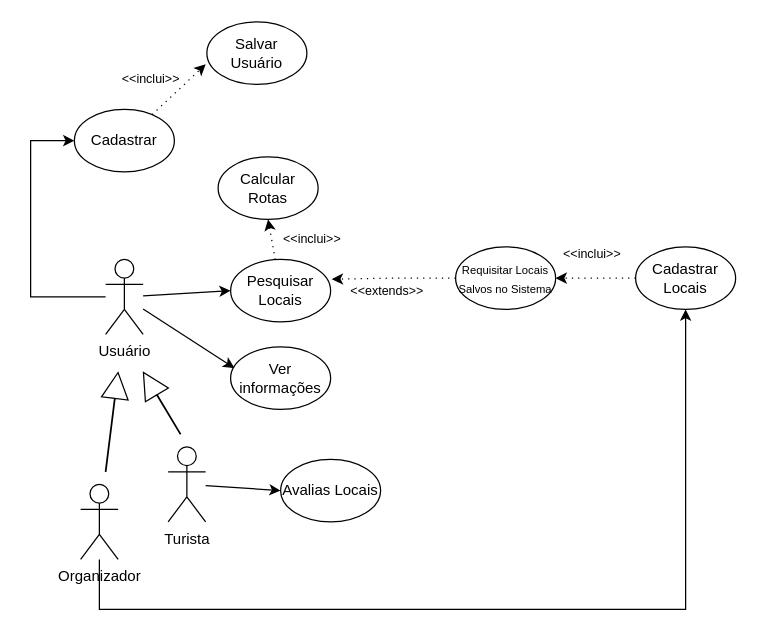
This is DiagramaClasse_Ver01.drawio from END-the/ewrerwewr, a draw.io file, before an edit. Source tidied: cells renumbered, new cells numbered last; positions are measured from the earlier drawing's top-left corner, leaving out a move shared by most shapes. Both pictures are drawn from the tidied source at 125%, with x=0, y=0 at pixel (30, 21).
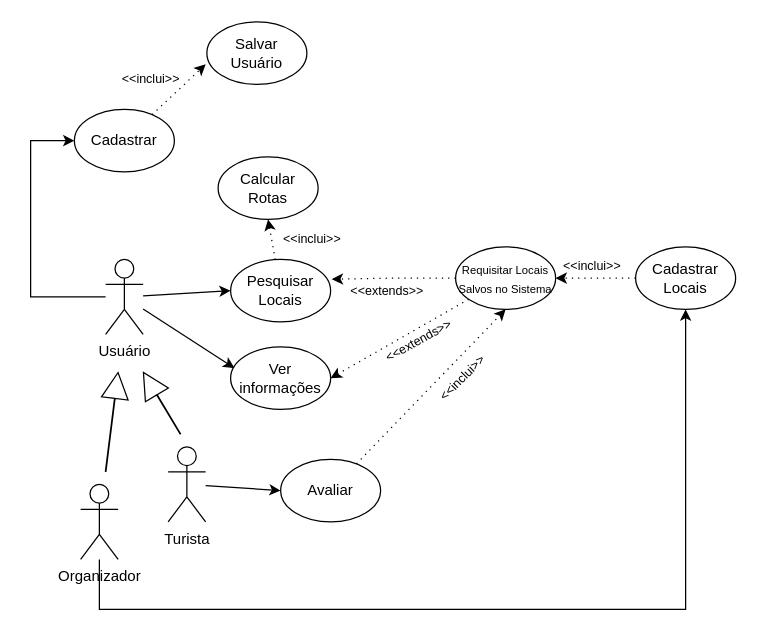
The same page after the edit.

The change refers to these unchanged cells:
```xml
<mxCell id="11" value="&lt;font style=&quot;font-size: 9px;&quot;&gt;Requisitar Locais Salvos no Sistema&lt;/font&gt;" style="ellipse;whiteSpace=wrap;html=1;" parent="1" vertex="1">
  <mxGeometry x="340" y="180" width="80" height="50" as="geometry" />
</mxCell>
<mxCell id="17" value="Ver informações" style="ellipse;whiteSpace=wrap;html=1;" parent="1" vertex="1">
  <mxGeometry x="160" y="260" width="80" height="50" as="geometry" />
</mxCell>
```

Change to the diagram source:
```diff
@@
+    <mxCell id="28" style="rounded=0;jettySize=auto;html=1;entryX=1;entryY=0.5;entryDx=0;entryDy=0;dashed=1;dashPattern=1 4;" parent="1" edge="1" source="11" target="17">
+      <mxGeometry relative="1" as="geometry" />
+    </mxCell>
@@
     <mxCell id="16" value="&lt;font style=&quot;font-size: 10px;&quot;&gt;&amp;lt;&amp;lt;inclui&amp;gt;&amp;gt;&lt;/font&gt;" style="text;html=1;align=center;verticalAlign=middle;strokeColor=none;fillColor=none;" parent="1" vertex="1">
-      <mxGeometry x="414" y="170" width="70" height="30" as="geometry" />
+      <mxGeometry x="414" y="180" width="70" height="30" as="geometry" />
     </mxCell>
@@
+    <mxCell id="29" style="rounded=0;jettySize=auto;html=1;entryX=0.5;entryY=1;entryDx=0;entryDy=0;dashed=1;dashPattern=1 4;" parent="1" edge="1" source="19" target="11">
+      <mxGeometry relative="1" as="geometry" />
+    </mxCell>
-    <mxCell id="19" value="Avalias Locais" style="ellipse;whiteSpace=wrap;html=1;" parent="1" vertex="1">
+    <mxCell id="19" value="Avaliar" style="ellipse;whiteSpace=wrap;html=1;" parent="1" vertex="1">
       <mxGeometry x="200" y="350" width="80" height="50" as="geometry" />
     </mxCell>
@@
+    <mxCell id="30" value="&lt;font style=&quot;font-size: 10px;&quot;&gt;&amp;lt;&amp;lt;&lt;/font&gt;&lt;span style=&quot;font-size: 10px; background-color: initial;&quot;&gt;extends&amp;gt;&amp;gt;&lt;/span&gt;" style="text;html=1;align=center;verticalAlign=middle;strokeColor=none;fillColor=none;rotation=-29;" parent="1" vertex="1">
+      <mxGeometry x="270" y="240" width="80" height="30" as="geometry" />
+    </mxCell>
+    <mxCell id="31" value="&lt;font style=&quot;font-size: 10px;&quot;&gt;&amp;lt;&amp;lt;inclui&amp;gt;&amp;gt;&lt;/font&gt;" style="text;html=1;align=center;verticalAlign=middle;strokeColor=none;fillColor=none;rotation=-45;" parent="1" vertex="1">
+      <mxGeometry x="310" y="270" width="70" height="30" as="geometry" />
+    </mxCell>
```
